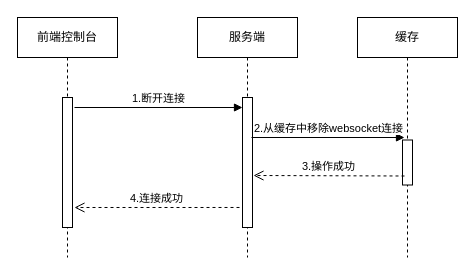
Above: page "前端断开连接" (3 of 3) of websocket消息推送设计.drawio in iceAcmen/myDesign (draw.io), before the change. Source tidied: cells renumbered, new cells numbered last; positions are measured from the earlier drawing's top-left corner, leaving out a move shared by most shapes. Both pictures are drawn from the tidied source at 100%, with x=0, y=0 at pixel (17, 17).
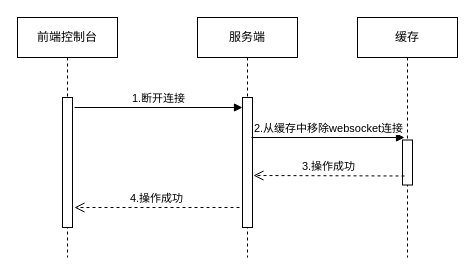
After the change.

Diff of the diagram source:
```diff
@@
 <mxGraphModel>
   <root>
     <mxCell id="0" />
     <mxCell id="1" parent="0" />
     <mxCell id="2" value="前端控制台" style="shape=umlLifeline;perimeter=lifelinePerimeter;whiteSpace=wrap;html=1;" parent="1" vertex="1">
       <mxGeometry width="100" height="240" as="geometry" />
     </mxCell>
     <mxCell id="3" style="html=1;perimeter=orthogonalPerimeter;" parent="2" vertex="1">
       <mxGeometry x="45" y="80" width="10" height="130" as="geometry" />
     </mxCell>
     <mxCell id="4" value="服务端" style="shape=umlLifeline;perimeter=lifelinePerimeter;whiteSpace=wrap;html=1;" parent="1" vertex="1">
       <mxGeometry x="180" width="100" height="240" as="geometry" />
     </mxCell>
     <mxCell id="5" style="html=1;points=[];perimeter=orthogonalPerimeter;" parent="4" vertex="1">
       <mxGeometry x="45" y="80" width="10" height="130" as="geometry" />
     </mxCell>
     <mxCell id="6" value="缓存" style="shape=umlLifeline;perimeter=lifelinePerimeter;whiteSpace=wrap;html=1;" parent="1" vertex="1">
       <mxGeometry x="340" width="100" height="240" as="geometry" />
     </mxCell>
     <mxCell id="7" style="html=1;points=[];perimeter=orthogonalPerimeter;" parent="6" vertex="1">
       <mxGeometry x="45" y="122.5" width="10" height="45" as="geometry" />
     </mxCell>
     <mxCell id="8" value="1.断开连接" style="html=1;verticalAlign=bottom;endArrow=block;entryX=0.3;entryY=0;entryDx=0;entryDy=0;entryPerimeter=0;" parent="1" edge="1">
       <mxGeometry relative="1" as="geometry">
         <mxPoint x="57" y="90" as="sourcePoint" />
         <mxPoint x="225" y="90" as="targetPoint" />
       </mxGeometry>
     </mxCell>
-    <mxCell id="9" value="4.连接成功" style="html=1;verticalAlign=bottom;endArrow=open;dashed=1;endSize=8;exitX=-0.3;exitY=0.846;exitDx=0;exitDy=0;exitPerimeter=0;" parent="1" edge="1" source="5">
+    <mxCell id="9" value="4.操作成功" style="html=1;verticalAlign=bottom;endArrow=open;dashed=1;endSize=8;exitX=-0.3;exitY=0.846;exitDx=0;exitDy=0;exitPerimeter=0;" parent="1" edge="1" source="5">
       <mxGeometry relative="1" as="geometry">
         <mxPoint x="57" y="190" as="targetPoint" />
       </mxGeometry>
     </mxCell>
     <mxCell id="10" value="2.从缓存中移除websocket连接" style="html=1;verticalAlign=bottom;endArrow=block;entryX=0.2;entryY=0.111;entryDx=0;entryDy=0;entryPerimeter=0;" parent="1" edge="1">
       <mxGeometry relative="1" as="geometry">
         <mxPoint x="234" y="120" as="sourcePoint" />
         <mxPoint x="387" y="120" as="targetPoint" />
       </mxGeometry>
     </mxCell>
     <mxCell id="11" value="3.操作成功" style="html=1;verticalAlign=bottom;endArrow=open;dashed=1;endSize=8;exitX=0.2;exitY=0.8;exitDx=0;exitDy=0;exitPerimeter=0;" parent="1" edge="1" source="7">
       <mxGeometry relative="1" as="geometry">
         <mxPoint x="236" y="158" as="targetPoint" />
       </mxGeometry>
     </mxCell>
   </root>
 </mxGraphModel>
```
